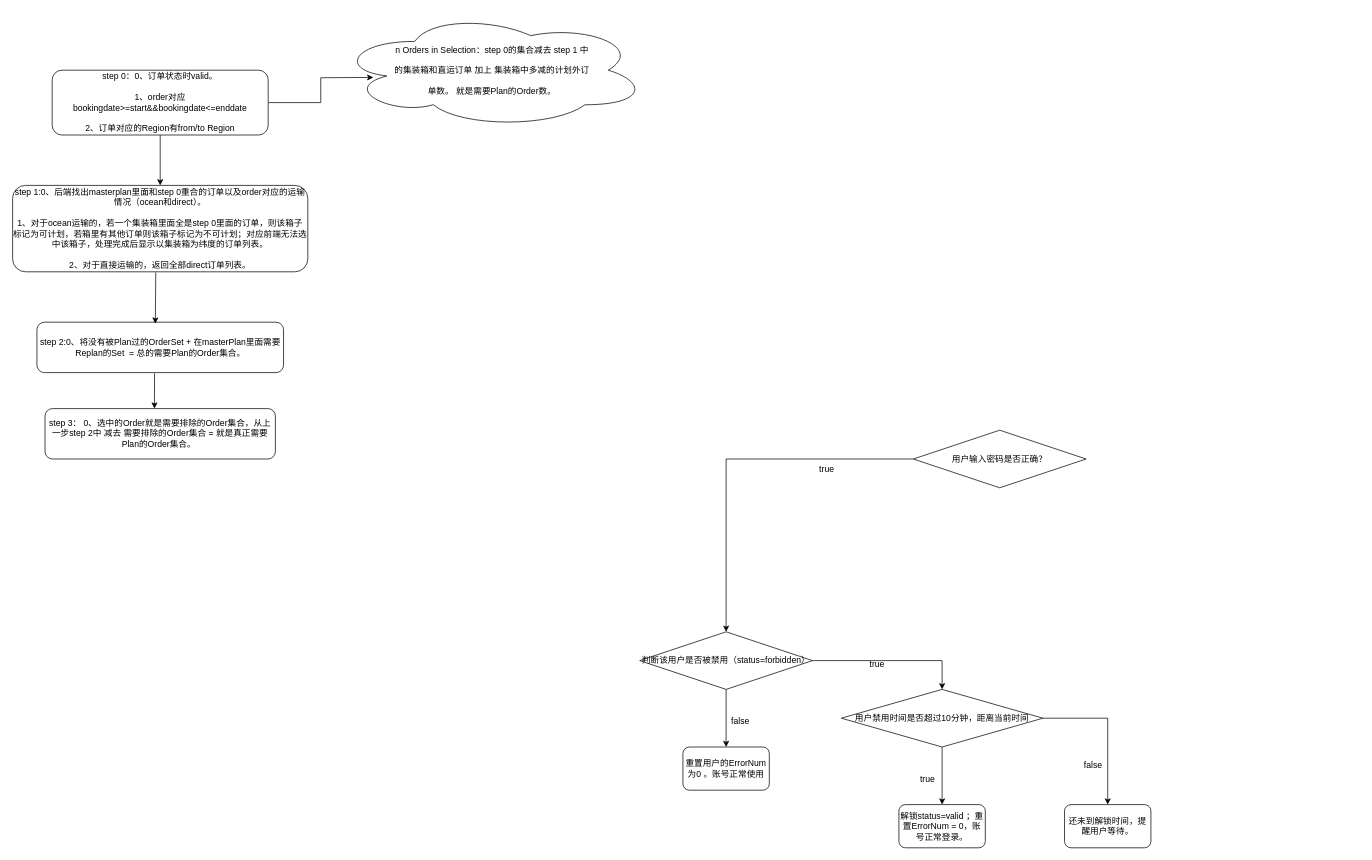
Earlier version of the draw.io diagram Untitled Diagram.drawio (qwertdafgdfg/java_Web-Shop). Source tidied: cells renumbered, new cells numbered last; positions are measured from the earlier drawing's top-left corner, leaving out a move shared by most shapes. Both pictures are drawn from the tidied source at 72%, with x=0, y=0 at pixel (12, 12).
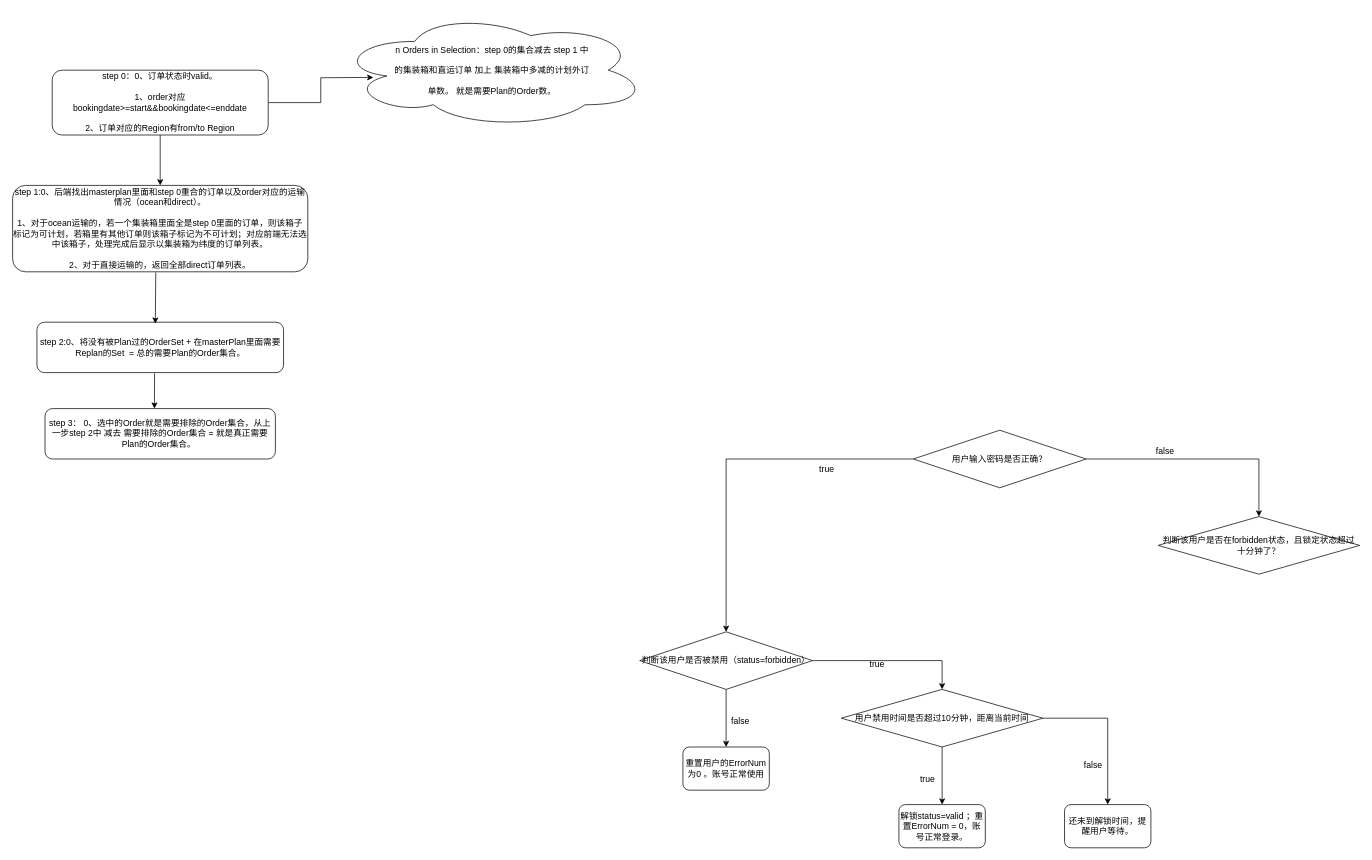
The same diagram, later.

Unchanged cells that the change refers to:
```xml
<mxCell id="12" value="用户输入密码是否正确？" style="rhombus;whiteSpace=wrap;html=1;" parent="1" vertex="1">
  <mxGeometry x="1251" y="580" width="240" height="80" as="geometry" />
</mxCell>
```

Change to the diagram source:
```diff
@@
+    <mxCell id="27" style="edgeStyle=orthogonalEdgeStyle;rounded=0;jettySize=auto;html=1;entryX=0.5;entryY=0;entryDx=0;entryDy=0;" parent="1" edge="1" source="12" target="28">
+      <mxGeometry relative="1" as="geometry" />
+    </mxCell>
@@
+    <mxCell id="28" value="判断该用户是否在forbidden状态，且锁定状态超过十分钟了？" style="rhombus;whiteSpace=wrap;html=1;" parent="1" vertex="1">
+      <mxGeometry x="1591" y="700" width="280" height="80" as="geometry" />
+    </mxCell>
+    <mxCell id="29" value="false" style="text;html=1;strokeColor=none;fillColor=none;align=center;verticalAlign=middle;whiteSpace=wrap;rounded=0;" parent="1" vertex="1">
+      <mxGeometry x="1571" y="595" width="60" height="30" as="geometry" />
+    </mxCell>
```
